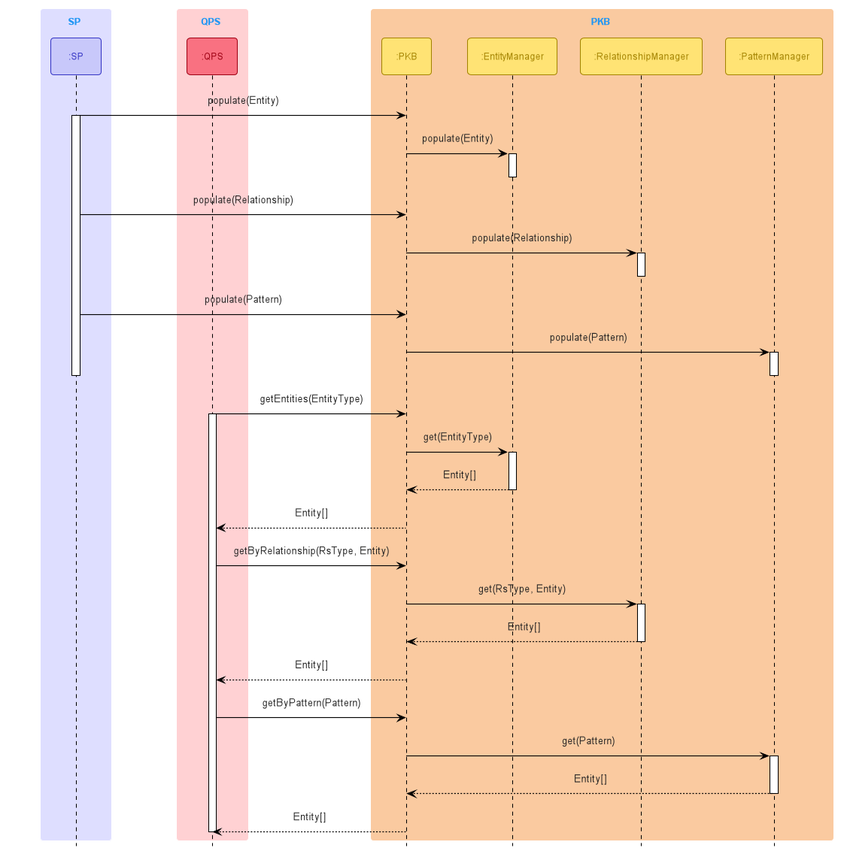
mazx4960/static-analyzer keeps this PlantUML diagram as docs/images/PKBSeqDiagram.png. Above is the earlier version. Source of this version:
```plantuml
@startuml
!include Style.puml
!include SequenceStyle.puml

box SP SP_COLOR_LIGHT
participant ":SP" as SP<<SP>>
end box

box QPS QPS_COLOR_LIGHT
participant ":QPS" as QPS<<QPS>>
end box

box PKB PKB_COLOR_LIGHT
participant ":PKB" as PKB<<PKB>>
participant ":EntityManager" as EntityManager<<PKB>>
participant ":RelationshipManager" as RelationshipManager<<PKB>>
participant ":PatternManager" as PatternManager<<PKB>>
end box


SP -> PKB: populate(Entity)
activate SP
PKB -> EntityManager: populate(Entity)
activate EntityManager
deactivate EntityManager

SP -> PKB: populate(Relationship)
PKB -> RelationshipManager: populate(Relationship)
activate RelationshipManager
deactivate RelationshipManager
SP -> PKB: populate(Pattern)
PKB -> PatternManager: populate(Pattern)
activate PatternManager
deactivate PatternManager
deactivate SP


QPS -> PKB: getEntities(EntityType)
activate QPS
PKB -> EntityManager: get(EntityType)
activate EntityManager
EntityManager --> PKB: Entity[]
deactivate EntityManager
PKB --> QPS: Entity[]

QPS -> PKB: getByRelationship(RsType, Entity)
PKB -> RelationshipManager: get(RsType, Entity)
activate RelationshipManager
RelationshipManager --> PKB: Entity[]
deactivate RelationshipManager
PKB --> QPS: Entity[]

QPS -> PKB: getByPattern(Pattern)
PKB -> PatternManager: get(Pattern)
activate PatternManager
PatternManager --> PKB: Entity[]
deactivate PatternManager
PKB --> QPS: Entity[]
deactivate QPS


@enduml
```
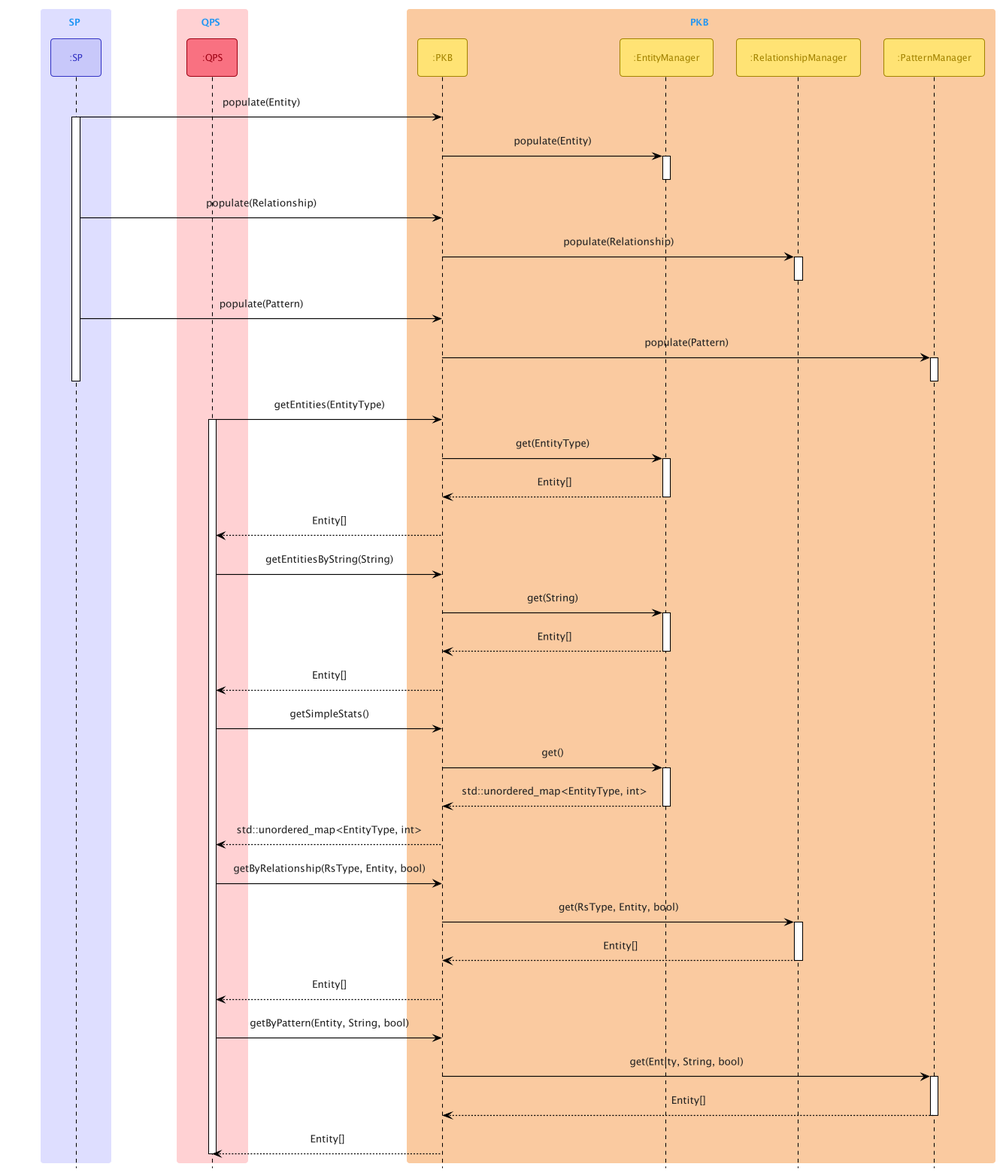
The same file after the commit.

Diff of the diagram source:
```diff
@@ -43,15 +43,29 @@
 deactivate EntityManager
 PKB --> QPS: Entity[]
 
-QPS -> PKB: getByRelationship(RsType, Entity)
-PKB -> RelationshipManager: get(RsType, Entity)
+QPS -> PKB: getEntitiesByString(String)
+PKB -> EntityManager: get(String)
+activate EntityManager
+EntityManager --> PKB: Entity[]
+deactivate EntityManager
+PKB --> QPS: Entity[]
+
+QPS -> PKB: getSimpleStats()
+PKB -> EntityManager: get()
+activate EntityManager
+EntityManager --> PKB: std::unordered_map<EntityType, int>
+deactivate EntityManager
+PKB --> QPS: std::unordered_map<EntityType, int>
+
+QPS -> PKB: getByRelationship(RsType, Entity, bool)
+PKB -> RelationshipManager: get(RsType, Entity, bool)
 activate RelationshipManager
 RelationshipManager --> PKB: Entity[]
 deactivate RelationshipManager
 PKB --> QPS: Entity[]
 
-QPS -> PKB: getByPattern(Pattern)
-PKB -> PatternManager: get(Pattern)
+QPS -> PKB: getByPattern(Entity, String, bool)
+PKB -> PatternManager: get(Entity, String, bool)
 activate PatternManager
 PatternManager --> PKB: Entity[]
 deactivate PatternManager
```
